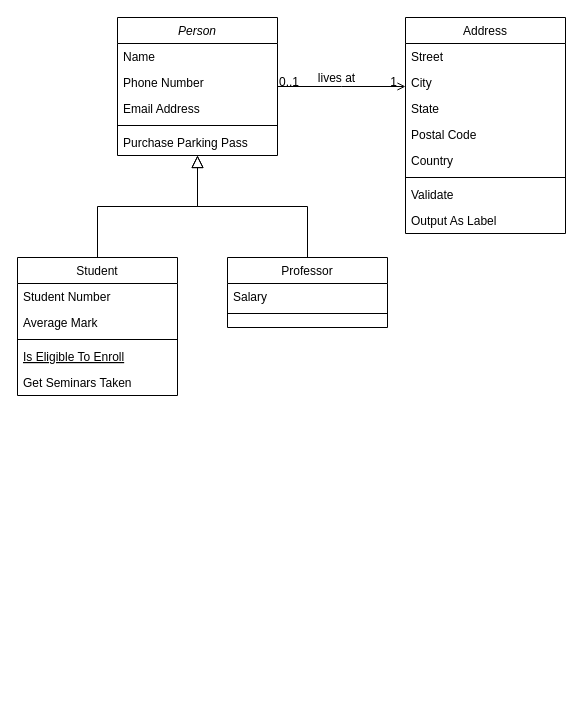
Before: Class-Diagram-Perpus-Digital.drawio in syaimahnisa/syaimahnisa.github.io, a draw.io diagram. Source tidied: cells renumbered, new cells numbered last; positions are measured from the earlier drawing's top-left corner, leaving out a move shared by most shapes. Both pictures are drawn from the tidied source at 100%, with x=0, y=0 at pixel (17, 17).
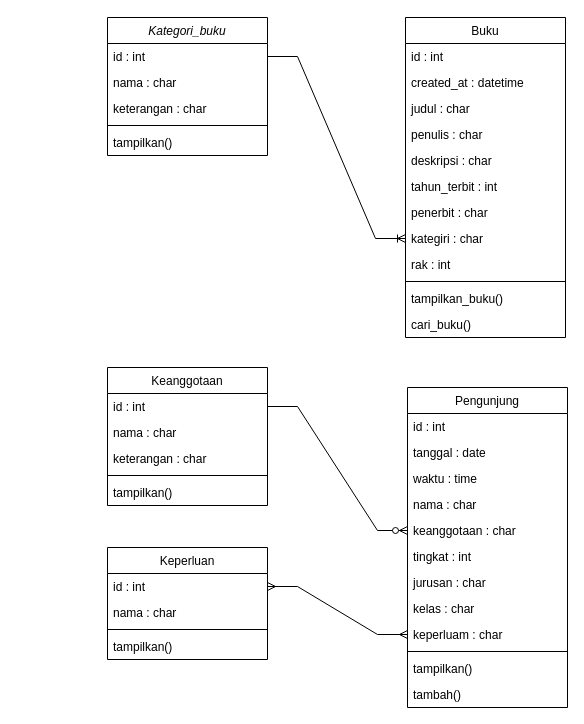
After the change.

Diff of the diagram source:
```diff
@@
-    <mxCell id="2" value="Person" style="swimlane;fontStyle=2;align=center;verticalAlign=top;horizontal=1;startSize=26;rounded=0;shadow=0;strokeWidth=1;" parent="1" vertex="1">
-      <mxGeometry x="100" width="160" height="138" as="geometry" />
+    <mxCell id="2" value="Kategori_buku" style="swimlane;fontStyle=2;align=center;verticalAlign=top;horizontal=1;startSize=26;rounded=0;shadow=0;strokeWidth=1;" parent="1" vertex="1">
+      <mxGeometry x="90" width="160" height="138" as="geometry" />
     </mxCell>
-    <mxCell id="3" value="Name" style="text;align=left;verticalAlign=top;spacingLeft=4;spacingRight=4;overflow=hidden;points=[[0,0.5],[1,0.5]];portConstraint=eastwest;" parent="2" vertex="1">
+    <mxCell id="3" value="id : int" style="text;align=left;verticalAlign=top;spacingLeft=4;spacingRight=4;overflow=hidden;points=[[0,0.5],[1,0.5]];portConstraint=eastwest;" parent="2" vertex="1">
       <mxGeometry y="26" width="160" height="26" as="geometry" />
     </mxCell>
-    <mxCell id="4" value="Phone Number" style="text;align=left;verticalAlign=top;spacingLeft=4;spacingRight=4;overflow=hidden;rounded=0;shadow=0;html=0;" parent="2" vertex="1">
+    <mxCell id="4" value="nama : char" style="text;align=left;verticalAlign=top;spacingLeft=4;spacingRight=4;overflow=hidden;rounded=0;shadow=0;html=0;" parent="2" vertex="1">
       <mxGeometry y="52" width="160" height="26" as="geometry" />
     </mxCell>
-    <mxCell id="5" value="Email Address" style="text;align=left;verticalAlign=top;spacingLeft=4;spacingRight=4;overflow=hidden;rounded=0;shadow=0;html=0;" parent="2" vertex="1">
+    <mxCell id="5" value="keterangan : char" style="text;align=left;verticalAlign=top;spacingLeft=4;spacingRight=4;overflow=hidden;rounded=0;shadow=0;html=0;" parent="2" vertex="1">
       <mxGeometry y="78" width="160" height="26" as="geometry" />
     </mxCell>
@@
-    <mxCell id="7" value="Purchase Parking Pass" style="text;align=left;verticalAlign=top;spacingLeft=4;spacingRight=4;overflow=hidden;" parent="2" vertex="1">
+    <mxCell id="7" value="tampilkan()" style="text;align=left;verticalAlign=top;spacingLeft=4;spacingRight=4;overflow=hidden;" parent="2" vertex="1">
       <mxGeometry y="112" width="160" height="26" as="geometry" />
     </mxCell>
-    <mxCell id="8" value="Student" style="swimlane;fontStyle=0;align=center;verticalAlign=top;horizontal=1;startSize=26;rounded=0;shadow=0;strokeWidth=1;" parent="1" vertex="1">
-      <mxGeometry y="240" width="160" height="138" as="geometry" />
+    <mxCell id="8" value="Keanggotaan" style="swimlane;fontStyle=0;align=center;verticalAlign=top;horizontal=1;startSize=26;rounded=0;shadow=0;strokeWidth=1;" parent="1" vertex="1">
+      <mxGeometry x="90" y="350" width="160" height="138" as="geometry" />
     </mxCell>
-    <mxCell id="9" value="Student Number" style="text;align=left;verticalAlign=top;spacingLeft=4;spacingRight=4;overflow=hidden;points=[[0,0.5],[1,0.5]];portConstraint=eastwest;" parent="8" vertex="1">
+    <mxCell id="9" value="id : int" style="text;align=left;verticalAlign=top;spacingLeft=4;spacingRight=4;overflow=hidden;points=[[0,0.5],[1,0.5]];portConstraint=eastwest;" parent="8" vertex="1">
       <mxGeometry y="26" width="160" height="26" as="geometry" />
     </mxCell>
-    <mxCell id="10" value="Average Mark" style="text;align=left;verticalAlign=top;spacingLeft=4;spacingRight=4;overflow=hidden;rounded=0;shadow=0;html=0;" parent="8" vertex="1">
+    <mxCell id="10" value="nama : char" style="text;align=left;verticalAlign=top;spacingLeft=4;spacingRight=4;overflow=hidden;rounded=0;shadow=0;html=0;" parent="8" vertex="1">
       <mxGeometry y="52" width="160" height="26" as="geometry" />
     </mxCell>
+    <mxCell id="13" value="keterangan : char" style="text;align=left;verticalAlign=top;spacingLeft=4;spacingRight=4;overflow=hidden;" parent="8" vertex="1">
+      <mxGeometry y="78" width="160" height="26" as="geometry" />
+    </mxCell>
     <mxCell id="11" style="line;html=1;strokeWidth=1;align=left;verticalAlign=middle;spacingTop=-1;spacingLeft=3;spacingRight=3;labelPosition=right;" parent="8" vertex="1">
-      <mxGeometry y="78" width="160" height="8" as="geometry" />
+      <mxGeometry y="104" width="160" height="8" as="geometry" />
     </mxCell>
-    <mxCell id="12" value="Is Eligible To Enroll" style="text;align=left;verticalAlign=top;spacingLeft=4;spacingRight=4;overflow=hidden;fontStyle=4;" parent="8" vertex="1">
-      <mxGeometry y="86" width="160" height="26" as="geometry" />
-    </mxCell>
-    <mxCell id="13" value="Get Seminars Taken" style="text;align=left;verticalAlign=top;spacingLeft=4;spacingRight=4;overflow=hidden;" parent="8" vertex="1">
-      <mxGeometry y="112" width="160" height="26" as="geometry" />
-    </mxCell>
-    <mxCell id="14" style="endArrow=block;endSize=10;endFill=0;shadow=0;strokeWidth=1;rounded=0;edgeStyle=elbowEdgeStyle;elbow=vertical;" parent="1" edge="1" source="8" target="2">
-      <mxGeometry relative="1" as="geometry" />
-    </mxCell>
+    <mxCell id="32" value="tampilkan()" style="text;align=left;verticalAlign=top;spacingLeft=4;spacingRight=4;overflow=hidden;" parent="8" vertex="1">
+      <mxGeometry y="112" width="160" height="26" as="geometry" />
+    </mxCell>
-    <mxCell id="15" value="Professor" style="swimlane;fontStyle=0;align=center;verticalAlign=top;horizontal=1;startSize=26;rounded=0;shadow=0;strokeWidth=1;" parent="1" vertex="1">
-      <mxGeometry x="210" y="240" width="160" height="70" as="geometry" />
+    <mxCell id="15" value="Keperluan" style="swimlane;fontStyle=0;align=center;verticalAlign=top;horizontal=1;startSize=26;rounded=0;shadow=0;strokeWidth=1;" parent="1" vertex="1">
+      <mxGeometry x="90" y="530" width="160" height="112" as="geometry" />
     </mxCell>
-    <mxCell id="16" value="Salary" style="text;align=left;verticalAlign=top;spacingLeft=4;spacingRight=4;overflow=hidden;points=[[0,0.5],[1,0.5]];portConstraint=eastwest;" parent="15" vertex="1">
+    <mxCell id="16" value="id : int" style="text;align=left;verticalAlign=top;spacingLeft=4;spacingRight=4;overflow=hidden;points=[[0,0.5],[1,0.5]];portConstraint=eastwest;" parent="15" vertex="1">
       <mxGeometry y="26" width="160" height="26" as="geometry" />
     </mxCell>
+    <mxCell id="33" value="nama : char" style="text;align=left;verticalAlign=top;spacingLeft=4;spacingRight=4;overflow=hidden;" parent="15" vertex="1">
+      <mxGeometry y="52" width="160" height="26" as="geometry" />
+    </mxCell>
     <mxCell id="17" style="line;html=1;strokeWidth=1;align=left;verticalAlign=middle;spacingTop=-1;spacingLeft=3;spacingRight=3;labelPosition=right;" parent="15" vertex="1">
-      <mxGeometry y="52" width="160" height="8" as="geometry" />
+      <mxGeometry y="78" width="160" height="8" as="geometry" />
     </mxCell>
-    <mxCell id="18" style="endArrow=block;endSize=10;endFill=0;shadow=0;strokeWidth=1;rounded=0;edgeStyle=elbowEdgeStyle;elbow=vertical;" parent="1" edge="1" source="15" target="2">
-      <mxGeometry relative="1" as="geometry" />
-    </mxCell>
+    <mxCell id="34" value="tampilkan()" style="text;align=left;verticalAlign=top;spacingLeft=4;spacingRight=4;overflow=hidden;" parent="15" vertex="1">
+      <mxGeometry y="86" width="160" height="26" as="geometry" />
+    </mxCell>
-    <mxCell id="19" value="Address" style="swimlane;fontStyle=0;align=center;verticalAlign=top;horizontal=1;startSize=26;rounded=0;shadow=0;strokeWidth=1;" parent="1" vertex="1">
-      <mxGeometry x="388" width="160" height="216" as="geometry" />
+    <mxCell id="19" value="Buku" style="swimlane;fontStyle=0;align=center;verticalAlign=top;horizontal=1;startSize=26;rounded=0;shadow=0;strokeWidth=1;" parent="1" vertex="1">
+      <mxGeometry x="388" width="160" height="320" as="geometry" />
     </mxCell>
-    <mxCell id="20" value="Street" style="text;align=left;verticalAlign=top;spacingLeft=4;spacingRight=4;overflow=hidden;" parent="19" vertex="1">
+    <mxCell id="20" value="id : int" style="text;align=left;verticalAlign=top;spacingLeft=4;spacingRight=4;overflow=hidden;" parent="19" vertex="1">
       <mxGeometry y="26" width="160" height="26" as="geometry" />
     </mxCell>
-    <mxCell id="21" value="City" style="text;align=left;verticalAlign=top;spacingLeft=4;spacingRight=4;overflow=hidden;rounded=0;shadow=0;html=0;" parent="19" vertex="1">
+    <mxCell id="21" value="created_at : datetime" style="text;align=left;verticalAlign=top;spacingLeft=4;spacingRight=4;overflow=hidden;rounded=0;shadow=0;html=0;" parent="19" vertex="1">
       <mxGeometry y="52" width="160" height="26" as="geometry" />
     </mxCell>
-    <mxCell id="22" value="State" style="text;align=left;verticalAlign=top;spacingLeft=4;spacingRight=4;overflow=hidden;rounded=0;shadow=0;html=0;" parent="19" vertex="1">
+    <mxCell id="22" value="judul : char" style="text;align=left;verticalAlign=top;spacingLeft=4;spacingRight=4;overflow=hidden;rounded=0;shadow=0;html=0;" parent="19" vertex="1">
       <mxGeometry y="78" width="160" height="26" as="geometry" />
     </mxCell>
-    <mxCell id="23" value="Postal Code" style="text;align=left;verticalAlign=top;spacingLeft=4;spacingRight=4;overflow=hidden;rounded=0;shadow=0;html=0;" parent="19" vertex="1">
+    <mxCell id="23" value="penulis : char" style="text;align=left;verticalAlign=top;spacingLeft=4;spacingRight=4;overflow=hidden;rounded=0;shadow=0;html=0;" parent="19" vertex="1">
       <mxGeometry y="104" width="160" height="26" as="geometry" />
     </mxCell>
-    <mxCell id="24" value="Country" style="text;align=left;verticalAlign=top;spacingLeft=4;spacingRight=4;overflow=hidden;rounded=0;shadow=0;html=0;" parent="19" vertex="1">
+    <mxCell id="24" value="deskripsi : char" style="text;align=left;verticalAlign=top;spacingLeft=4;spacingRight=4;overflow=hidden;rounded=0;shadow=0;html=0;" parent="19" vertex="1">
       <mxGeometry y="130" width="160" height="26" as="geometry" />
     </mxCell>
-    <mxCell id="25" style="line;html=1;strokeWidth=1;align=left;verticalAlign=middle;spacingTop=-1;spacingLeft=3;spacingRight=3;labelPosition=right;" parent="19" vertex="1">
-      <mxGeometry y="156" width="160" height="8" as="geometry" />
-    </mxCell>
-    <mxCell id="26" value="Validate" style="text;align=left;verticalAlign=top;spacingLeft=4;spacingRight=4;overflow=hidden;" parent="19" vertex="1">
-      <mxGeometry y="164" width="160" height="26" as="geometry" />
+    <mxCell id="26" value="tahun_terbit : int" style="text;align=left;verticalAlign=top;spacingLeft=4;spacingRight=4;overflow=hidden;" parent="19" vertex="1">
+      <mxGeometry y="156" width="160" height="26" as="geometry" />
     </mxCell>
-    <mxCell id="27" value="Output As Label" style="text;align=left;verticalAlign=top;spacingLeft=4;spacingRight=4;overflow=hidden;" parent="19" vertex="1">
-      <mxGeometry y="190" width="160" height="26" as="geometry" />
+    <mxCell id="27" value="penerbit : char" style="text;align=left;verticalAlign=top;spacingLeft=4;spacingRight=4;overflow=hidden;" parent="19" vertex="1">
+      <mxGeometry y="182" width="160" height="26" as="geometry" />
     </mxCell>
-    <mxCell id="28" style="endArrow=open;shadow=0;strokeWidth=1;rounded=0;endFill=1;edgeStyle=elbowEdgeStyle;elbow=vertical;" parent="1" edge="1" source="2" target="19">
-      <mxGeometry x="0.5" y="41" relative="1" as="geometry">
-        <mxPoint x="-40" y="32" as="offset" />
-      </mxGeometry>
-    </mxCell>
-    <mxCell id="29" value="0..1" style="align=left;verticalAlign=bottom;labelBackgroundColor=none;fontSize=12;" parent="28" vertex="1">
-      <mxGeometry x="-1" relative="1" as="geometry">
-        <mxPoint y="4" as="offset" />
-      </mxGeometry>
-    </mxCell>
-    <mxCell id="30" value="1" style="align=right;verticalAlign=bottom;labelBackgroundColor=none;fontSize=12;" parent="28" vertex="1">
-      <mxGeometry x="1" relative="1" as="geometry">
-        <mxPoint x="-7" y="4" as="offset" />
-      </mxGeometry>
-    </mxCell>
-    <mxCell id="31" value="lives at" style="text;html=1;align=center;verticalAlign=middle;labelBackgroundColor=none;rounded=0;shadow=0;strokeWidth=1;fontSize=12;" parent="28" vertex="1">
-      <mxGeometry x="0.5" y="49" relative="1" as="geometry">
-        <mxPoint x="-38" y="40" as="offset" />
-      </mxGeometry>
-    </mxCell>
+    <mxCell id="35" value="kategiri : char" style="text;align=left;verticalAlign=top;spacingLeft=4;spacingRight=4;overflow=hidden;points=[[0,0.5],[1,0.5]];portConstraint=eastwest;rounded=0;shadow=0;html=0;" parent="19" vertex="1">
+      <mxGeometry y="208" width="160" height="26" as="geometry" />
+    </mxCell>
+    <mxCell id="36" value="rak : int&#10;" style="text;align=left;verticalAlign=top;spacingLeft=4;spacingRight=4;overflow=hidden;" parent="19" vertex="1">
+      <mxGeometry y="234" width="160" height="26" as="geometry" />
+    </mxCell>
+    <mxCell id="25" style="line;html=1;strokeWidth=1;align=left;verticalAlign=middle;spacingTop=-1;spacingLeft=3;spacingRight=3;labelPosition=right;" parent="19" vertex="1">
+      <mxGeometry y="260" width="160" height="8" as="geometry" />
+    </mxCell>
+    <mxCell id="37" value="tampilkan_buku()" style="text;align=left;verticalAlign=top;spacingLeft=4;spacingRight=4;overflow=hidden;" parent="19" vertex="1">
+      <mxGeometry y="268" width="160" height="26" as="geometry" />
+    </mxCell>
+    <mxCell id="38" value="cari_buku()" style="text;align=left;verticalAlign=top;spacingLeft=4;spacingRight=4;overflow=hidden;" parent="19" vertex="1">
+      <mxGeometry y="294" width="160" height="26" as="geometry" />
+    </mxCell>
+    <mxCell id="39" value="Pengunjung" style="swimlane;fontStyle=0;align=center;verticalAlign=top;horizontal=1;startSize=26;rounded=0;shadow=0;strokeWidth=1;" parent="1" vertex="1">
+      <mxGeometry x="390" y="370" width="160" height="320" as="geometry" />
+    </mxCell>
+    <mxCell id="40" value="id : int" style="text;align=left;verticalAlign=top;spacingLeft=4;spacingRight=4;overflow=hidden;" parent="39" vertex="1">
+      <mxGeometry y="26" width="160" height="26" as="geometry" />
+    </mxCell>
+    <mxCell id="41" value="tanggal : date" style="text;align=left;verticalAlign=top;spacingLeft=4;spacingRight=4;overflow=hidden;rounded=0;shadow=0;html=0;" parent="39" vertex="1">
+      <mxGeometry y="52" width="160" height="26" as="geometry" />
+    </mxCell>
+    <mxCell id="42" value="waktu : time" style="text;align=left;verticalAlign=top;spacingLeft=4;spacingRight=4;overflow=hidden;rounded=0;shadow=0;html=0;" parent="39" vertex="1">
+      <mxGeometry y="78" width="160" height="26" as="geometry" />
+    </mxCell>
+    <mxCell id="43" value="nama : char" style="text;align=left;verticalAlign=top;spacingLeft=4;spacingRight=4;overflow=hidden;rounded=0;shadow=0;html=0;" parent="39" vertex="1">
+      <mxGeometry y="104" width="160" height="26" as="geometry" />
+    </mxCell>
+    <mxCell id="44" value="keanggotaan : char" style="text;align=left;verticalAlign=top;spacingLeft=4;spacingRight=4;overflow=hidden;points=[[0,0.5],[1,0.5]];portConstraint=eastwest;rounded=0;shadow=0;html=0;" parent="39" vertex="1">
+      <mxGeometry y="130" width="160" height="26" as="geometry" />
+    </mxCell>
+    <mxCell id="45" value="tingkat : int" style="text;align=left;verticalAlign=top;spacingLeft=4;spacingRight=4;overflow=hidden;" parent="39" vertex="1">
+      <mxGeometry y="156" width="160" height="26" as="geometry" />
+    </mxCell>
+    <mxCell id="46" value="jurusan : char" style="text;align=left;verticalAlign=top;spacingLeft=4;spacingRight=4;overflow=hidden;" parent="39" vertex="1">
+      <mxGeometry y="182" width="160" height="26" as="geometry" />
+    </mxCell>
+    <mxCell id="47" value="kelas : char" style="text;align=left;verticalAlign=top;spacingLeft=4;spacingRight=4;overflow=hidden;rounded=0;shadow=0;html=0;" parent="39" vertex="1">
+      <mxGeometry y="208" width="160" height="26" as="geometry" />
+    </mxCell>
+    <mxCell id="48" value="keperluam : char" style="text;align=left;verticalAlign=top;spacingLeft=4;spacingRight=4;overflow=hidden;points=[[0,0.5],[1,0.5]];portConstraint=eastwest;" parent="39" vertex="1">
+      <mxGeometry y="234" width="160" height="26" as="geometry" />
+    </mxCell>
+    <mxCell id="49" style="line;html=1;strokeWidth=1;align=left;verticalAlign=middle;spacingTop=-1;spacingLeft=3;spacingRight=3;labelPosition=right;" parent="39" vertex="1">
+      <mxGeometry y="260" width="160" height="8" as="geometry" />
+    </mxCell>
+    <mxCell id="50" value="tampilkan()" style="text;align=left;verticalAlign=top;spacingLeft=4;spacingRight=4;overflow=hidden;" parent="39" vertex="1">
+      <mxGeometry y="268" width="160" height="26" as="geometry" />
+    </mxCell>
+    <mxCell id="51" value="tambah()" style="text;align=left;verticalAlign=top;spacingLeft=4;spacingRight=4;overflow=hidden;" parent="39" vertex="1">
+      <mxGeometry y="294" width="160" height="26" as="geometry" />
+    </mxCell>
+    <mxCell id="52" style="edgeStyle=entityRelationEdgeStyle;fontSize=12;html=1;endArrow=ERoneToMany;rounded=0;entryX=0;entryY=0.5;entryDx=0;entryDy=0;exitX=1;exitY=0.5;exitDx=0;exitDy=0;" parent="1" edge="1" source="3" target="35">
+      <mxGeometry relative="1" as="geometry" />
+    </mxCell>
+    <mxCell id="53" style="edgeStyle=entityRelationEdgeStyle;fontSize=12;html=1;endArrow=ERzeroToMany;endFill=1;rounded=0;entryX=0;entryY=0.5;entryDx=0;entryDy=0;exitX=1;exitY=0.5;exitDx=0;exitDy=0;" parent="1" edge="1" source="9" target="44">
+      <mxGeometry relative="1" as="geometry" />
+    </mxCell>
+    <mxCell id="54" style="edgeStyle=entityRelationEdgeStyle;fontSize=12;html=1;endArrow=ERmany;startArrow=ERmany;rounded=0;entryX=0;entryY=0.5;entryDx=0;entryDy=0;exitX=1;exitY=0.5;exitDx=0;exitDy=0;" parent="1" edge="1" source="16" target="48">
+      <mxGeometry relative="1" as="geometry" />
+    </mxCell>
```
